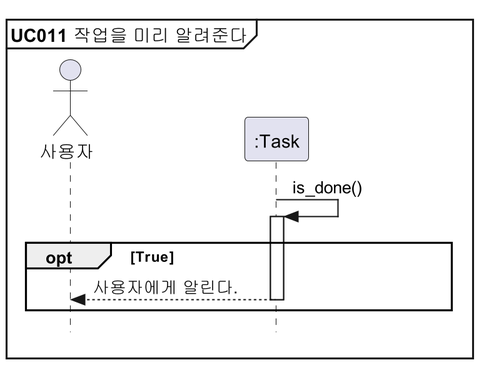
Earlier version of the PlantUML export docs/설계명세서/images/seq_diag/uc011.png (parkchamchi/SoftwareEngineering2023). The source it was exported from:
```plantuml
@startuml
!includesub style.puml!STYLE

mainframe **UC011** 작업을 미리 알려준다

actor 사용자
participant ":Task" as Task

Task -> Task : is_done()

opt True
	Task --> 사용자 : 사용자에게 알린다.
end

@enduml
```
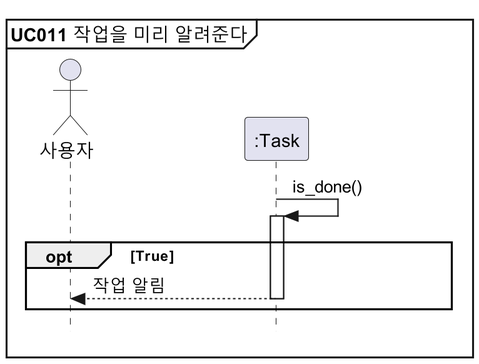
Later version of the same file.

Change to the diagram source:
```diff
@@ -9,7 +9,7 @@
 Task -> Task : is_done()
 
 opt True
-	Task --> 사용자 : 사용자에게 알린다.
+	Task --> 사용자 : 작업 알림
 end
 
 @enduml
```
